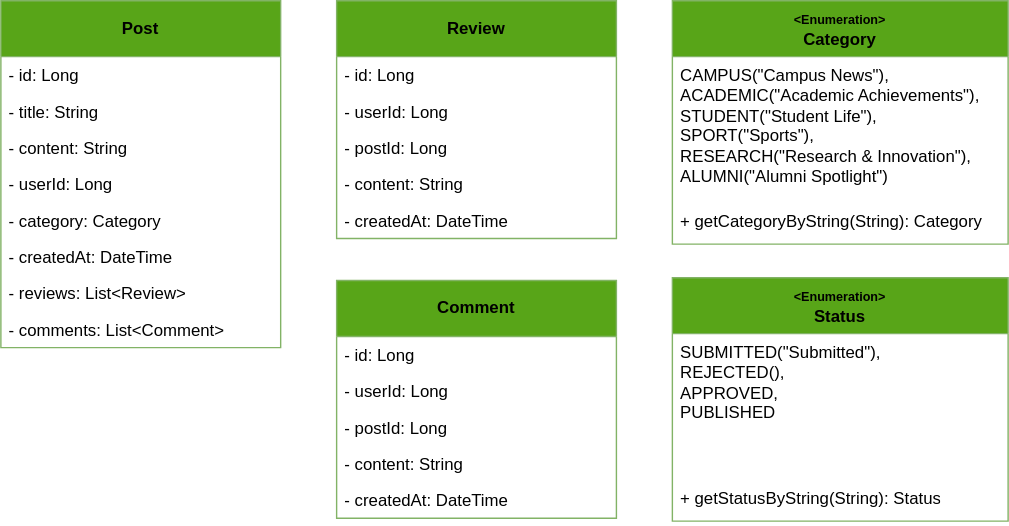
Before: architecture/entities.drawio.svg, a diagram exported from draw.io (pxlit-projects/project-Su-zenGeurtsPXL-1). Source tidied: cells renumbered, new cells last; positions are measured from the earlier drawing's top-left corner, leaving out a move shared by most shapes.
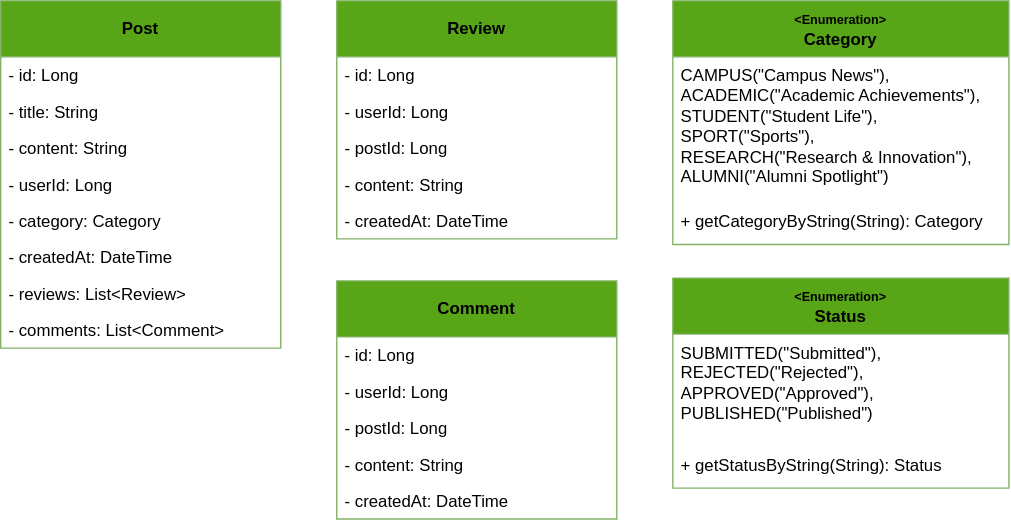
After the commit.

Commit message:
[SETUP] #3 - Updated entities

Completed Enum Status

What changed in the source:
```diff
@@ -75,13 +75,13 @@
       <mxGeometry y="144" width="200" height="26" as="geometry" />
     </mxCell>
     <mxCell id="26" value="&lt;div&gt;&lt;b&gt;&lt;font style=&quot;font-size: 9px;&quot;&gt;&amp;lt;Enumeration&amp;gt;&lt;/font&gt;&lt;/b&gt;&lt;/div&gt;&lt;b&gt;Status&lt;/b&gt;" style="swimlane;fontStyle=0;horizontal=1;startSize=40;whiteSpace=wrap;html=1;fillColor=#58A518;strokeColor=#82b366;" parent="1" vertex="1">
-      <mxGeometry x="480" y="198" width="240" height="174" as="geometry" />
+      <mxGeometry x="480" y="198" width="240" height="150" as="geometry" />
     </mxCell>
-    <mxCell id="27" value="SUBMITTED(&quot;Submitted&quot;),&lt;div&gt;REJECTED(),&lt;br&gt;&lt;div&gt;APPROVED,&lt;/div&gt;&lt;div&gt;PUBLISHED&lt;/div&gt;&lt;/div&gt;" style="text;align=left;verticalAlign=top;spacingLeft=4;spacingRight=4;overflow=hidden;whiteSpace=wrap;html=1;fillColor=none;" parent="26" vertex="1">
-      <mxGeometry y="40" width="240" height="104" as="geometry" />
+    <mxCell id="27" value="SUBMITTED(&quot;Submitted&quot;),&lt;div&gt;REJECTED(&quot;Rejected&quot;),&lt;br&gt;&lt;div&gt;APPROVED(&quot;Approved&quot;),&lt;/div&gt;&lt;div&gt;PUBLISHED(&quot;Published&quot;)&lt;/div&gt;&lt;/div&gt;" style="text;align=left;verticalAlign=top;spacingLeft=4;spacingRight=4;overflow=hidden;whiteSpace=wrap;html=1;fillColor=none;" parent="26" vertex="1">
+      <mxGeometry y="40" width="240" height="80" as="geometry" />
     </mxCell>
     <mxCell id="28" value="+ getStatusByString(String): Status" style="text;align=left;verticalAlign=top;spacingLeft=4;spacingRight=4;overflow=hidden;whiteSpace=wrap;html=1;fillColor=none;" parent="26" vertex="1">
-      <mxGeometry y="144" width="240" height="30" as="geometry" />
+      <mxGeometry y="120" width="240" height="30" as="geometry" />
     </mxCell>
   </root>
 </mxGraphModel>
```
